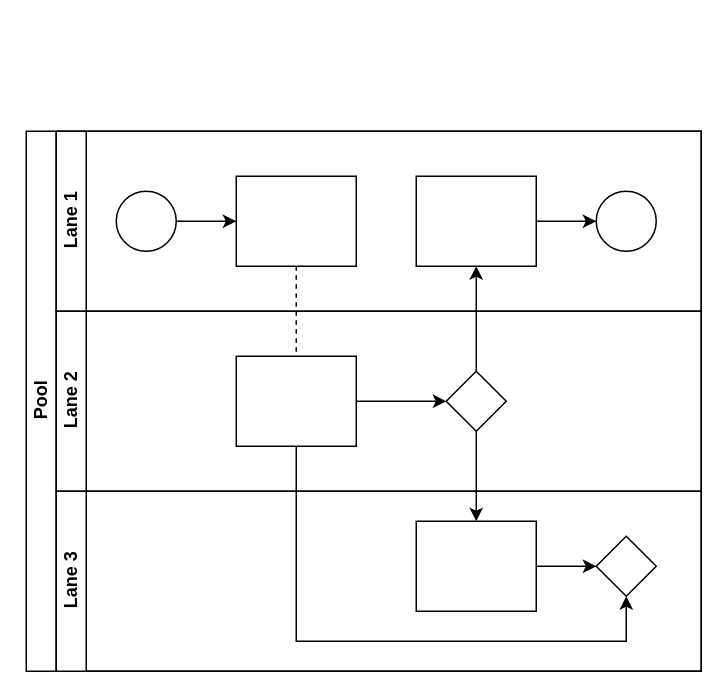
This is 未命名绘图.drawio from ckjsuss/diagrams, a draw.io file, before an edit. Source tidied: cells renumbered, new cells numbered last; positions are measured from the earlier drawing's top-left corner, leaving out a move shared by most shapes. Both pictures are drawn from the tidied source at 150%, with x=0, y=0 at pixel (26, 130).
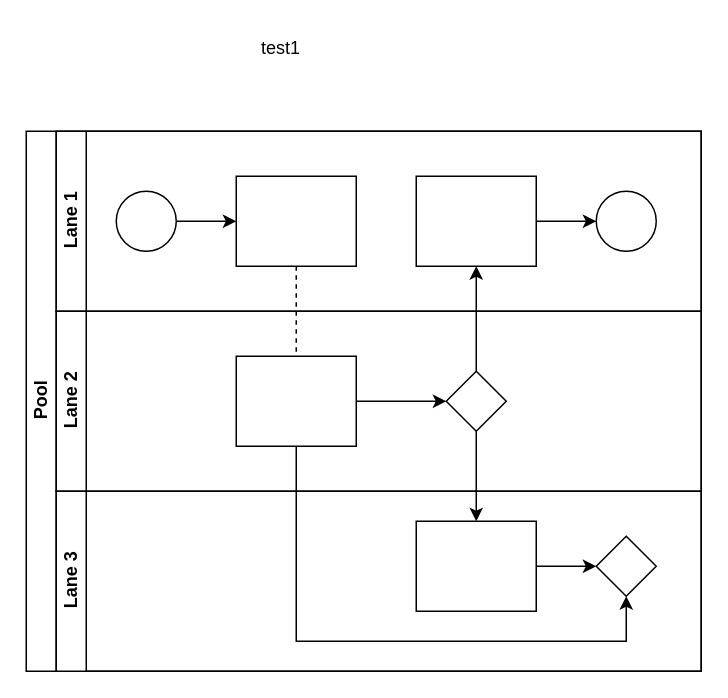
Above is the later version.

Commit message:
更新未命名绘图.drawio

Diff of the diagram source:
```diff
@@
+    <mxCell id="22" value="test1" style="text;html=1;strokeColor=none;fillColor=none;align=center;verticalAlign=middle;whiteSpace=wrap;rounded=0;" parent="1" vertex="1">
+      <mxGeometry x="140" y="-70" width="60" height="30" as="geometry" />
+    </mxCell>
```
